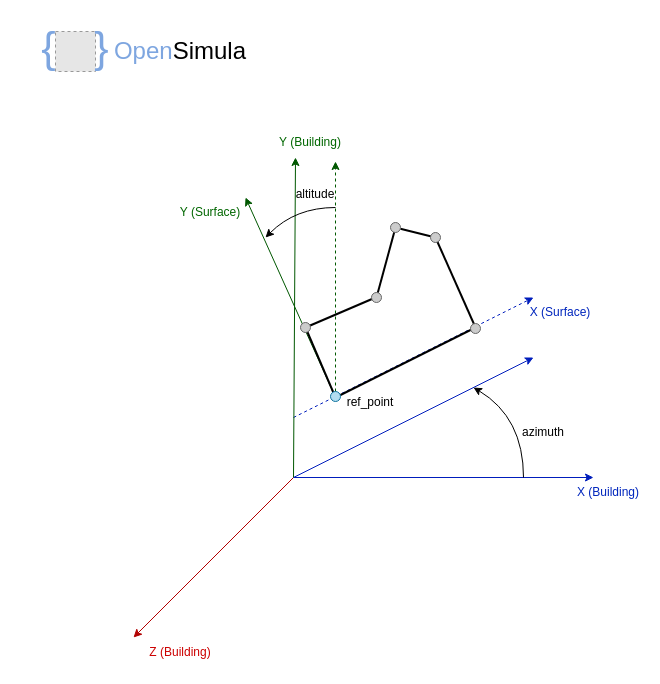
The draw.io diagram page "Página-3" (3 of 4) of docs/logos/Coordinate system.drawio in jfCoronel/OpenSimula, before the edit. Source tidied: cells renumbered, new cells numbered last; positions are measured from the earlier drawing's top-left corner, leaving out a move shared by most shapes. Both pictures are drawn from the tidied source at 100%, with x=0, y=0 at pixel (17, 17). Pictures stored in the file or linked from it are replaced by grey dashed boxes.
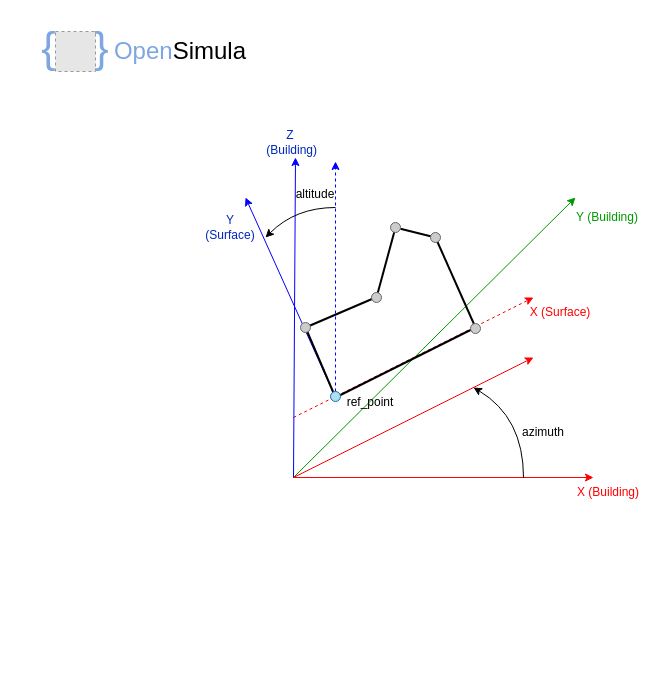
The same diagram, later.

Change to the diagram source:
```diff
@@
-    <mxCell id="2" style="endArrow=classic;html=1;rounded=0;fillColor=#008a00;strokeColor=#005700;strokeWidth=1;" parent="1" edge="1">
+    <mxCell id="2" style="endArrow=classic;html=1;rounded=0;fillColor=#008a00;strokeColor=#0000FF;strokeWidth=1;" parent="1" edge="1">
       <mxGeometry relative="1" as="geometry">
         <mxPoint x="318" y="380" as="sourcePoint" />
         <mxPoint x="228" y="180" as="targetPoint" />
       </mxGeometry>
     </mxCell>
-    <mxCell id="3" style="endArrow=classic;html=1;rounded=0;fillColor=#0050ef;strokeColor=#001DBC;dashed=1;" parent="1" edge="1">
+    <mxCell id="3" style="endArrow=classic;html=1;rounded=0;fillColor=#0050ef;strokeColor=#FF0000;dashed=1;" parent="1" edge="1">
       <mxGeometry relative="1" as="geometry">
         <mxPoint x="276" y="400" as="sourcePoint" />
         <mxPoint x="516" y="280" as="targetPoint" />
       </mxGeometry>
     </mxCell>
@@
-    <mxCell id="8" style="endArrow=classic;html=1;rounded=0;fillColor=#0050ef;strokeColor=#001DBC;" parent="1" edge="1">
+    <mxCell id="8" style="endArrow=classic;html=1;rounded=0;fillColor=#0050ef;strokeColor=#FF0000;" parent="1" edge="1">
       <mxGeometry relative="1" as="geometry">
         <mxPoint x="276" y="460" as="sourcePoint" />
         <mxPoint x="576" y="460" as="targetPoint" />
       </mxGeometry>
     </mxCell>
-    <mxCell id="9" style="endArrow=classic;html=1;rounded=0;fillColor=#e51400;strokeColor=#B20000;" parent="1" edge="1">
+    <mxCell id="9" style="endArrow=classic;html=1;rounded=0;fillColor=#e51400;strokeColor=#009900;" parent="1" edge="1">
       <mxGeometry relative="1" as="geometry">
         <mxPoint x="276" y="460" as="sourcePoint" />
-        <mxPoint x="116" y="620" as="targetPoint" />
+        <mxPoint x="558" y="180" as="targetPoint" />
       </mxGeometry>
     </mxCell>
-    <mxCell id="10" style="endArrow=classic;html=1;rounded=0;fillColor=#008a00;strokeColor=#005700;" parent="1" edge="1">
+    <mxCell id="10" style="endArrow=classic;html=1;rounded=0;fillColor=#008a00;strokeColor=#0000FF;" parent="1" edge="1">
       <mxGeometry relative="1" as="geometry">
         <mxPoint x="276" y="460" as="sourcePoint" />
         <mxPoint x="278" y="140" as="targetPoint" />
       </mxGeometry>
     </mxCell>
-    <mxCell id="11" value="&lt;font color=&quot;#006600&quot;&gt;Y (Building)&lt;/font&gt;" style="text;strokeColor=none;align=center;fillColor=none;html=1;verticalAlign=middle;whiteSpace=wrap;rounded=0;fontColor=#0026bd;" parent="1" vertex="1">
-      <mxGeometry x="258" y="110" width="70" height="30" as="geometry" />
+    <mxCell id="11" value="&lt;font&gt;Z&lt;/font&gt;&lt;div&gt;&lt;font&gt;&amp;nbsp;(Building)&lt;/font&gt;&lt;/div&gt;" style="text;strokeColor=none;align=center;fillColor=none;html=1;verticalAlign=middle;whiteSpace=wrap;rounded=0;fontColor=#0026BD;" parent="1" vertex="1">
+      <mxGeometry x="238" y="110" width="70" height="30" as="geometry" />
     </mxCell>
-    <mxCell id="12" style="endArrow=classic;html=1;rounded=0;fillColor=#0050ef;strokeColor=#001DBC;" parent="1" edge="1">
+    <mxCell id="12" style="endArrow=classic;html=1;rounded=0;fillColor=#0050ef;strokeColor=#FF0000;" parent="1" edge="1">
       <mxGeometry relative="1" as="geometry">
         <mxPoint x="276" y="460" as="sourcePoint" />
         <mxPoint x="516" y="340" as="targetPoint" />
       </mxGeometry>
     </mxCell>
@@
-    <mxCell id="14" value="X (Building)" style="text;strokeColor=none;align=center;fillColor=none;html=1;verticalAlign=middle;whiteSpace=wrap;rounded=0;fontColor=#0026bd;" parent="1" vertex="1">
+    <mxCell id="14" value="X (Building)" style="text;strokeColor=none;align=center;fillColor=none;html=1;verticalAlign=middle;whiteSpace=wrap;rounded=0;fontColor=#FF0000;" parent="1" vertex="1">
       <mxGeometry x="556" y="460" width="70" height="30" as="geometry" />
     </mxCell>
-    <mxCell id="15" value="&lt;font color=&quot;#cc0000&quot;&gt;Z (Building)&lt;/font&gt;" style="text;strokeColor=none;align=center;fillColor=none;html=1;verticalAlign=middle;whiteSpace=wrap;rounded=0;fontColor=#0026bd;" parent="1" vertex="1">
-      <mxGeometry x="127" y="620" width="72" height="30" as="geometry" />
+    <mxCell id="15" value="&lt;font&gt;Y (Building)&lt;/font&gt;" style="text;strokeColor=none;align=center;fillColor=none;html=1;verticalAlign=middle;whiteSpace=wrap;rounded=0;fontColor=#009900;" parent="1" vertex="1">
+      <mxGeometry x="554" y="185" width="72" height="30" as="geometry" />
     </mxCell>
@@
-    <mxCell id="21" style="endArrow=classic;html=1;rounded=0;fillColor=#008a00;strokeColor=#005700;dashed=1;" parent="1" edge="1">
+    <mxCell id="21" style="endArrow=classic;html=1;rounded=0;fillColor=#008a00;strokeColor=#0000FF;dashed=1;" parent="1" edge="1">
       <mxGeometry relative="1" as="geometry">
         <mxPoint x="318" y="374" as="sourcePoint" />
         <mxPoint x="318" y="144" as="targetPoint" />
       </mxGeometry>
     </mxCell>
@@
-    <mxCell id="24" value="X (Surface)" style="text;strokeColor=none;align=center;fillColor=none;html=1;verticalAlign=middle;whiteSpace=wrap;rounded=0;fontColor=#0026bd;" parent="1" vertex="1">
+    <mxCell id="24" value="X (Surface)" style="text;strokeColor=none;align=center;fillColor=none;html=1;verticalAlign=middle;whiteSpace=wrap;rounded=0;fontColor=#FF0000;" parent="1" vertex="1">
       <mxGeometry x="508" y="280" width="70" height="30" as="geometry" />
     </mxCell>
-    <mxCell id="25" value="&lt;font color=&quot;#006600&quot;&gt;Y (Surface)&lt;/font&gt;" style="text;strokeColor=none;align=center;fillColor=none;html=1;verticalAlign=middle;whiteSpace=wrap;rounded=0;fontColor=#0026bd;" parent="1" vertex="1">
-      <mxGeometry x="148" y="180" width="90" height="30" as="geometry" />
+    <mxCell id="25" value="&lt;font&gt;Y (Surface)&lt;/font&gt;" style="text;strokeColor=none;align=center;fillColor=none;html=1;verticalAlign=middle;whiteSpace=wrap;rounded=0;fontColor=#0026BD;" parent="1" vertex="1">
+      <mxGeometry x="188" y="195" width="50" height="30" as="geometry" />
     </mxCell>
```
